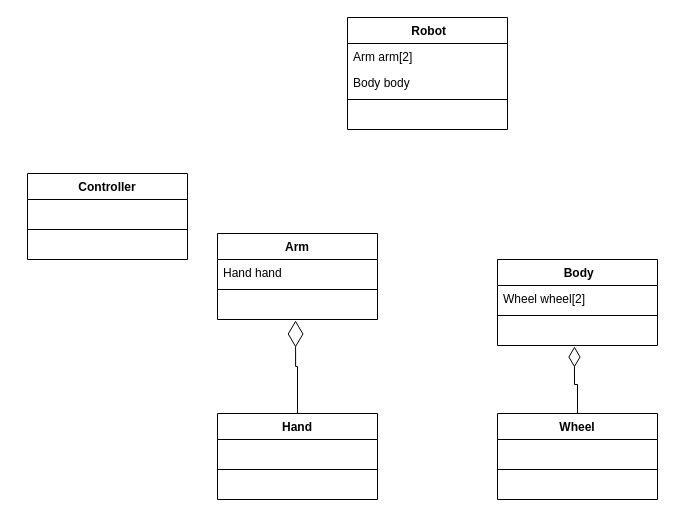
Earlier version of the draw.io diagram 객체 설계 문제-10주차.drawio (skatld123/NSH). Source tidied: cells renumbered, new cells numbered last; positions are measured from the earlier drawing's top-left corner, leaving out a move shared by most shapes. Both pictures are drawn from the tidied source at 100%, with x=0, y=0 at pixel (27, 17).
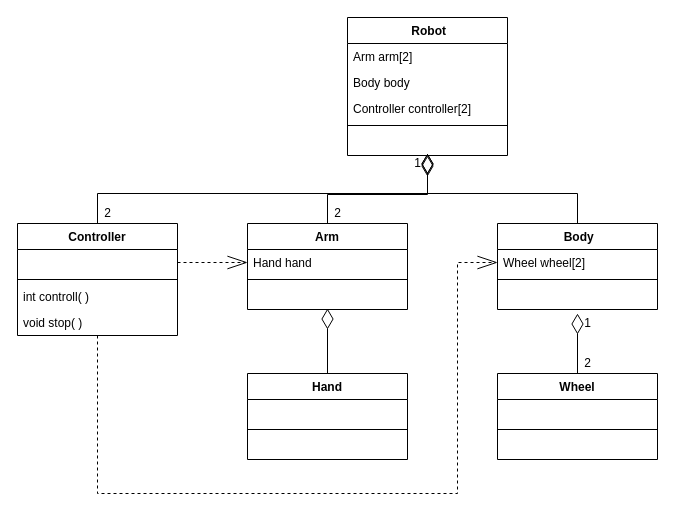
After the change.

Commit message:
객체 설계 문제-10주차.drawio 업데이트

Unchanged cells that the change refers to:
```xml
<mxCell id="17" value="Wheel wheel[2]" style="text;strokeColor=none;fillColor=none;align=left;verticalAlign=top;spacingLeft=4;spacingRight=4;overflow=hidden;points=[[0,0.5],[1,0.5]];portConstraint=eastwest;" parent="16" vertex="1">
  <mxGeometry y="26" width="160" height="26" as="geometry" />
</mxCell>
<mxCell id="19" value=" " style="text;strokeColor=none;fillColor=none;align=left;verticalAlign=top;spacingLeft=4;spacingRight=4;overflow=hidden;points=[[0,0.5],[1,0.5]];portConstraint=eastwest;" parent="16" vertex="1">
  <mxGeometry y="60" width="160" height="26" as="geometry" />
</mxCell>
<mxCell id="21" value="Hand hand" style="text;strokeColor=none;fillColor=none;align=left;verticalAlign=top;spacingLeft=4;spacingRight=4;overflow=hidden;points=[[0,0.5],[1,0.5]];portConstraint=eastwest;" parent="20" vertex="1">
  <mxGeometry y="26" width="160" height="26" as="geometry" />
</mxCell>
<mxCell id="23" value=" " style="text;strokeColor=none;fillColor=none;align=left;verticalAlign=top;spacingLeft=4;spacingRight=4;overflow=hidden;points=[[0,0.5],[1,0.5]];portConstraint=eastwest;" parent="20" vertex="1">
  <mxGeometry y="60" width="160" height="26" as="geometry" />
</mxCell>
<mxCell id="25" value=" " style="text;strokeColor=none;fillColor=none;align=left;verticalAlign=top;spacingLeft=4;spacingRight=4;overflow=hidden;points=[[0,0.5],[1,0.5]];portConstraint=eastwest;" parent="24" vertex="1">
  <mxGeometry y="26" width="160" height="26" as="geometry" />
</mxCell>
```

Change to the diagram source:
```diff
@@
     <mxCell id="2" value=" Robot" style="swimlane;fontStyle=1;align=center;verticalAlign=top;horizontal=1;startSize=26;" parent="1" vertex="1">
-      <mxGeometry x="320" width="160" height="112" as="geometry" />
+      <mxGeometry x="320" width="160" height="138" as="geometry" />
     </mxCell>
@@
+    <mxCell id="29" value="Controller controller[2]" style="text;strokeColor=none;fillColor=none;align=left;verticalAlign=top;spacingLeft=4;spacingRight=4;overflow=hidden;" parent="2" vertex="1">
+      <mxGeometry y="78" width="160" height="26" as="geometry" />
+    </mxCell>
     <mxCell id="5" style="line;strokeWidth=1;fillColor=none;align=left;verticalAlign=middle;spacingTop=-1;spacingLeft=3;spacingRight=3;labelPosition=right;" parent="2" vertex="1">
-      <mxGeometry y="78" width="160" height="8" as="geometry" />
+      <mxGeometry y="104" width="160" height="8" as="geometry" />
     </mxCell>
     <mxCell id="6" value=" " style="text;strokeColor=none;fillColor=none;align=left;verticalAlign=top;spacingLeft=4;spacingRight=4;overflow=hidden;" parent="2" vertex="1">
-      <mxGeometry y="86" width="160" height="26" as="geometry" />
+      <mxGeometry y="112" width="160" height="26" as="geometry" />
     </mxCell>
-    <mxCell id="7" style="edgeStyle=orthogonalEdgeStyle;rounded=0;jettySize=auto;html=1;endArrow=diamondThin;endFill=0;endSize=18;entryX=0.481;entryY=1.038;entryDx=0;entryDy=0;entryPerimeter=0;" parent="1" edge="1" source="8" target="19">
-      <mxGeometry relative="1" as="geometry" />
+    <mxCell id="7" style="edgeStyle=orthogonalEdgeStyle;rounded=0;jettySize=auto;html=1;endArrow=diamondThin;endFill=0;endSize=18;entryX=0.5;entryY=1.154;entryDx=0;entryDy=0;entryPerimeter=0;" parent="1" edge="1" source="8" target="19">
+      <mxGeometry relative="1" as="geometry">
+        <Array as="points">
+          <mxPoint x="550" y="316" />
+          <mxPoint x="550" y="316" />
+        </Array>
+      </mxGeometry>
     </mxCell>
     <mxCell id="8" value="Wheel" style="swimlane;fontStyle=1;align=center;verticalAlign=top;horizontal=1;startSize=26;" parent="1" vertex="1">
-      <mxGeometry x="470" y="396" width="160" height="86" as="geometry" />
+      <mxGeometry x="470" y="356" width="160" height="86" as="geometry" />
     </mxCell>
@@
+    <mxCell id="28" style="edgeStyle=orthogonalEdgeStyle;rounded=0;jettySize=auto;html=1;entryX=0.5;entryY=0.962;entryDx=0;entryDy=0;entryPerimeter=0;endArrow=diamondThin;endFill=0;endSize=18;" parent="1" edge="1" source="12" target="23">
+      <mxGeometry x="-0.69" y="-10" relative="1" as="geometry" />
+    </mxCell>
     <mxCell id="12" value="Hand" style="swimlane;fontStyle=1;align=center;verticalAlign=top;horizontal=1;startSize=26;" parent="1" vertex="1">
-      <mxGeometry x="190" y="396" width="160" height="86" as="geometry" />
+      <mxGeometry x="220" y="356" width="160" height="86" as="geometry" />
     </mxCell>
@@
+    <mxCell id="30" style="edgeStyle=orthogonalEdgeStyle;rounded=0;jettySize=auto;html=1;endArrow=diamondThin;endFill=0;endSize=18;" parent="1" edge="1" source="16">
+      <mxGeometry relative="1" as="geometry">
+        <mxPoint x="400" y="136" as="targetPoint" />
+        <Array as="points">
+          <mxPoint x="550" y="176" />
+          <mxPoint x="400" y="176" />
+        </Array>
+      </mxGeometry>
+    </mxCell>
     <mxCell id="16" value=" Body" style="swimlane;fontStyle=1;align=center;verticalAlign=top;horizontal=1;startSize=26;" parent="1" vertex="1">
-      <mxGeometry x="470" y="242" width="160" height="86" as="geometry" />
+      <mxGeometry x="470" y="206" width="160" height="86" as="geometry" />
     </mxCell>
@@
+    <mxCell id="31" style="edgeStyle=orthogonalEdgeStyle;rounded=0;jettySize=auto;html=1;entryX=0.5;entryY=1;entryDx=0;entryDy=0;endArrow=diamondThin;endFill=0;endSize=18;" parent="1" edge="1" source="20" target="2">
+      <mxGeometry relative="1" as="geometry" />
+    </mxCell>
     <mxCell id="20" value="Arm" style="swimlane;fontStyle=1;align=center;verticalAlign=top;horizontal=1;startSize=26;" parent="1" vertex="1">
-      <mxGeometry x="190" y="216" width="160" height="86" as="geometry" />
+      <mxGeometry x="220" y="206" width="160" height="86" as="geometry" />
     </mxCell>
@@
+    <mxCell id="32" style="edgeStyle=orthogonalEdgeStyle;rounded=0;jettySize=auto;html=1;endArrow=diamondThin;endFill=0;endSize=18;" parent="1" edge="1" source="24">
+      <mxGeometry relative="1" as="geometry">
+        <mxPoint x="400" y="136" as="targetPoint" />
+        <Array as="points">
+          <mxPoint x="70" y="176" />
+          <mxPoint x="400" y="176" />
+        </Array>
+      </mxGeometry>
+    </mxCell>
+    <mxCell id="33" style="edgeStyle=orthogonalEdgeStyle;rounded=0;jettySize=auto;html=1;entryX=0;entryY=0.5;entryDx=0;entryDy=0;dashed=1;endArrow=openThin;endFill=0;endSize=18;" parent="1" edge="1" source="24" target="17">
+      <mxGeometry relative="1" as="geometry">
+        <Array as="points">
+          <mxPoint x="70" y="476" />
+          <mxPoint x="430" y="476" />
+          <mxPoint x="430" y="245" />
+        </Array>
+      </mxGeometry>
+    </mxCell>
     <mxCell id="24" value="Controller" style="swimlane;fontStyle=1;align=center;verticalAlign=top;horizontal=1;startSize=26;" parent="1" vertex="1">
-      <mxGeometry y="156" width="160" height="86" as="geometry" />
+      <mxGeometry x="-10" y="206" width="160" height="112" as="geometry" />
     </mxCell>
@@
-    <mxCell id="27" value=" " style="text;strokeColor=none;fillColor=none;align=left;verticalAlign=top;spacingLeft=4;spacingRight=4;overflow=hidden;" parent="24" vertex="1">
+    <mxCell id="27" value="int controll( )" style="text;strokeColor=none;fillColor=none;align=left;verticalAlign=top;spacingLeft=4;spacingRight=4;overflow=hidden;" parent="24" vertex="1">
       <mxGeometry y="60" width="160" height="26" as="geometry" />
     </mxCell>
-    <mxCell id="28" style="endArrow=diamondThin;endFill=0;endSize=24;html=1;rounded=0;edgeStyle=orthogonalEdgeStyle;exitX=0.5;exitY=0;exitDx=0;exitDy=0;entryX=0.488;entryY=1.038;entryDx=0;entryDy=0;entryPerimeter=0;" parent="1" edge="1" source="12" target="23">
-      <mxGeometry relative="1" as="geometry" />
-    </mxCell>
+    <mxCell id="34" value="void stop( )" style="text;strokeColor=none;fillColor=none;align=left;verticalAlign=top;spacingLeft=4;spacingRight=4;overflow=hidden;" parent="24" vertex="1">
+      <mxGeometry y="86" width="160" height="26" as="geometry" />
+    </mxCell>
+    <mxCell id="35" style="edgeStyle=orthogonalEdgeStyle;rounded=0;jettySize=auto;html=1;entryX=0;entryY=0.5;entryDx=0;entryDy=0;endArrow=openThin;endFill=0;endSize=18;dashed=1;" parent="1" edge="1" source="25" target="21">
+      <mxGeometry relative="1" as="geometry" />
+    </mxCell>
+    <mxCell id="36" value="2" style="text;html=1;align=center;verticalAlign=middle;strokeColor=none;" parent="1" vertex="1">
+      <mxGeometry x="550" y="336" width="20" height="20" as="geometry" />
+    </mxCell>
+    <mxCell id="37" value="1" style="text;html=1;align=center;verticalAlign=middle;strokeColor=none;" parent="1" vertex="1">
+      <mxGeometry x="550" y="296" width="20" height="20" as="geometry" />
+    </mxCell>
+    <mxCell id="38" value="1" style="text;html=1;align=center;verticalAlign=middle;strokeColor=none;" parent="1" vertex="1">
+      <mxGeometry x="380" y="136" width="20" height="20" as="geometry" />
+    </mxCell>
+    <mxCell id="39" value="2" style="text;html=1;align=center;verticalAlign=middle;strokeColor=none;" parent="1" vertex="1">
+      <mxGeometry x="300" y="186" width="20" height="20" as="geometry" />
+    </mxCell>
+    <mxCell id="40" value="2" style="text;html=1;align=center;verticalAlign=middle;strokeColor=none;" parent="1" vertex="1">
+      <mxGeometry x="70" y="186" width="20" height="20" as="geometry" />
+    </mxCell>
```
